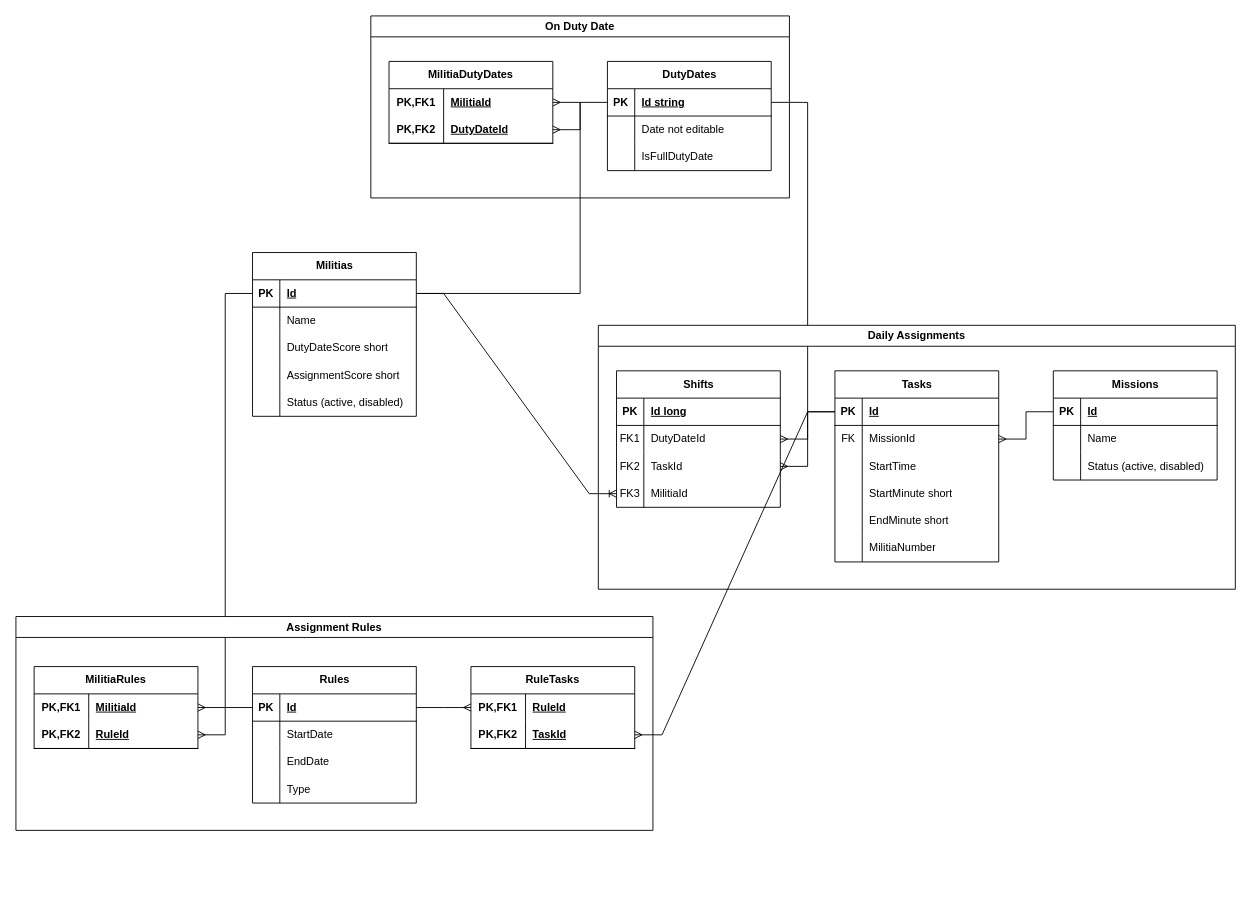
Before: militia.drawio in handoiditu1508/militia-duty-be, a draw.io diagram. Source tidied: cells renumbered, new cells numbered last; positions are measured from the earlier drawing's top-left corner, leaving out a move shared by most shapes. Both pictures are drawn from the tidied source at 91%, with x=0, y=0 at pixel (15, 15).
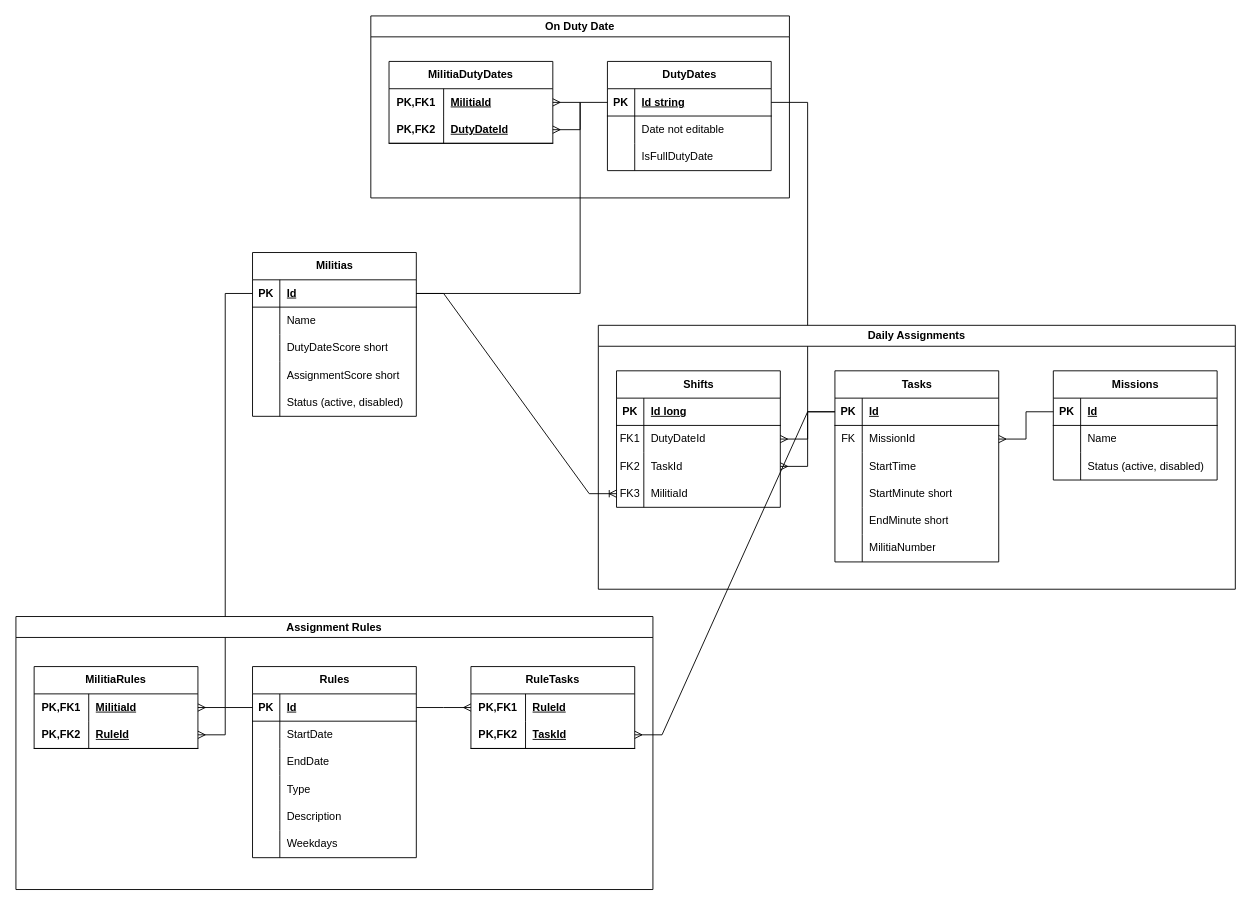
The same diagram, later.

The edit, as a diff of the source:
```diff
@@
     <mxCell id="42" value="Assignment Rules" style="swimlane;whiteSpace=wrap;html=1;" parent="1" vertex="1">
-      <mxGeometry y="660" width="700" height="235" as="geometry" />
+      <mxGeometry y="660" width="700" height="300" as="geometry" />
     </mxCell>
     <mxCell id="43" value="Rules" style="shape=table;startSize=30;childLayout=tableLayout;rowLines=0;fontStyle=1;align=center;html=1;" parent="42" vertex="1">
-      <mxGeometry x="260" y="55" width="180" height="150" as="geometry" />
+      <mxGeometry x="260" y="55" width="180" height="210" as="geometry" />
     </mxCell>
@@
+    <mxCell id="117" style="shape=tableRow;horizontal=0;startSize=0;swimlaneHead=0;swimlaneBody=0;fillColor=none;top=0;left=0;right=0;bottom=0;" parent="43" vertex="1">
+      <mxGeometry y="150" width="180" height="30" as="geometry" />
+    </mxCell>
+    <mxCell id="118" style="shape=partialRectangle;fillColor=none;top=0;left=0;bottom=0;right=0;overflow=hidden;whiteSpace=wrap;html=1;" parent="117" vertex="1">
+      <mxGeometry width="30" height="30" as="geometry" />
+    </mxCell>
+    <mxCell id="119" value="Description" style="shape=partialRectangle;fillColor=none;top=0;left=0;bottom=0;right=0;align=left;spacingLeft=6;overflow=hidden;whiteSpace=wrap;html=1;" parent="117" vertex="1">
+      <mxGeometry x="30" width="150" height="30" as="geometry" />
+    </mxCell>
+    <mxCell id="120" style="shape=tableRow;horizontal=0;startSize=0;swimlaneHead=0;swimlaneBody=0;fillColor=none;top=0;left=0;right=0;bottom=0;" parent="43" vertex="1">
+      <mxGeometry y="180" width="180" height="30" as="geometry" />
+    </mxCell>
+    <mxCell id="121" style="shape=partialRectangle;fillColor=none;top=0;left=0;bottom=0;right=0;overflow=hidden;whiteSpace=wrap;html=1;" parent="120" vertex="1">
+      <mxGeometry width="30" height="30" as="geometry" />
+    </mxCell>
+    <mxCell id="122" value="Weekdays" style="shape=partialRectangle;fillColor=none;top=0;left=0;bottom=0;right=0;align=left;spacingLeft=6;overflow=hidden;whiteSpace=wrap;html=1;" parent="120" vertex="1">
+      <mxGeometry x="30" width="150" height="30" as="geometry" />
+    </mxCell>
```
